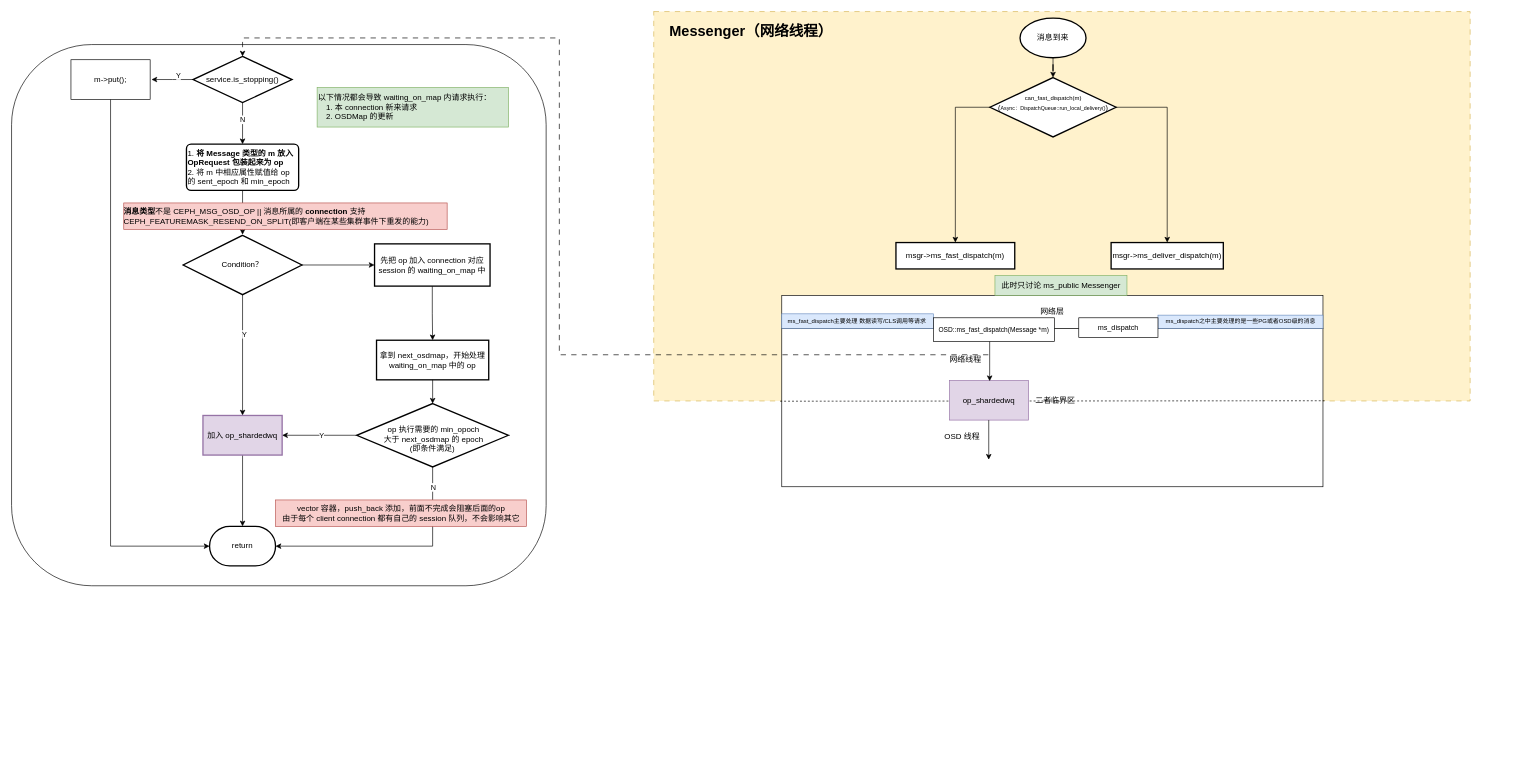
Earlier version of the draw.io diagram OSD.drawio (1253757553/drawIO). Source tidied: cells renumbered, new cells numbered last; positions are measured from the earlier drawing's top-left corner, leaving out a move shared by most shapes. Both pictures are drawn from the tidied source at 66%, with x=0, y=0 at pixel (11, 11).
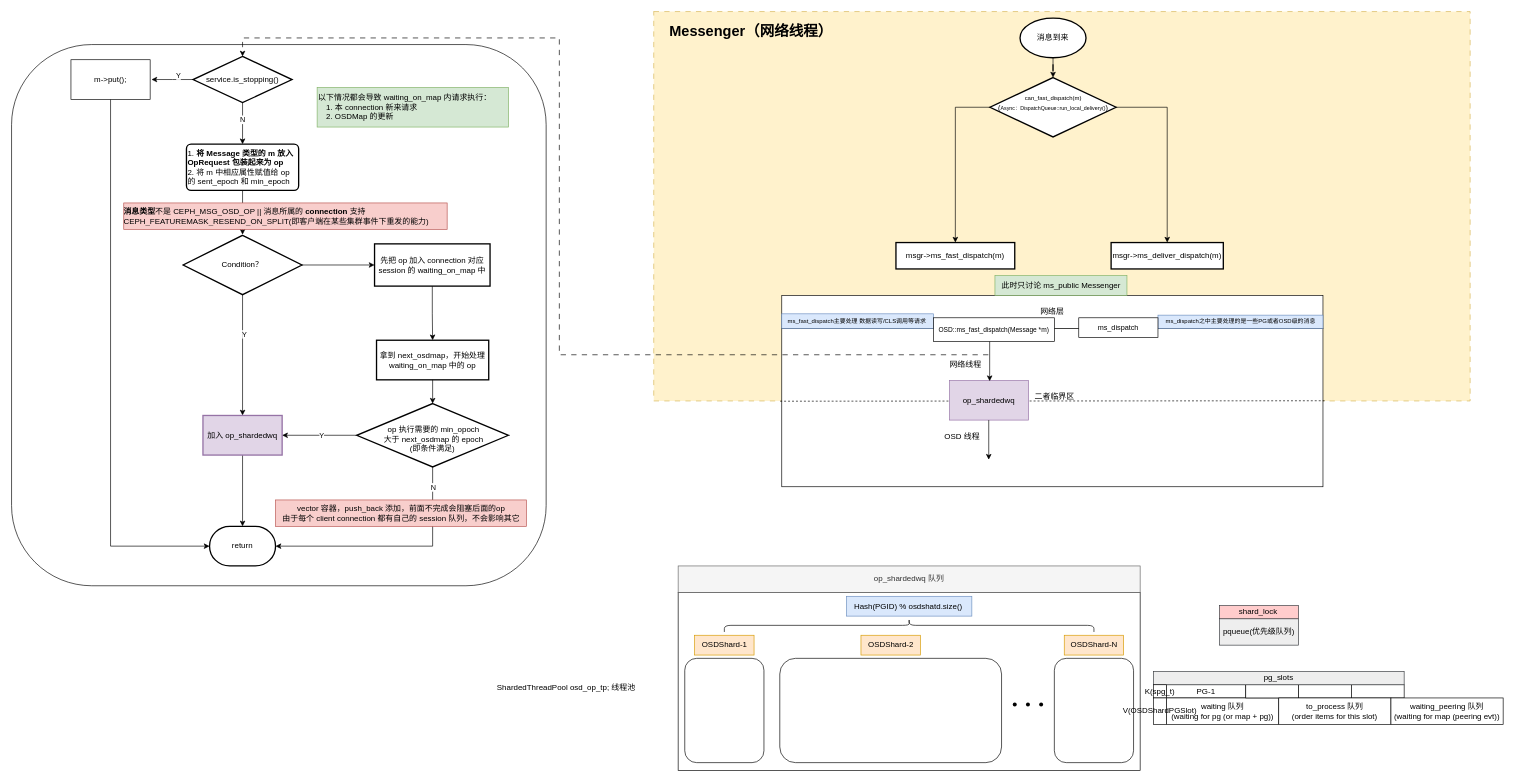
After the change.

Unchanged cells that the change refers to:
```xml
<mxCell id="5" style="group;fontSize=9;" parent="1" vertex="1">
  <mxGeometry x="1170" y="430" width="820" height="290" as="geometry" />
</mxCell>
```

Change to the diagram source:
```diff
@@
     <mxCell id="10" value="网络线程" style="text;html=1;align=center;verticalAlign=middle;strokeColor=none;fillColor=none;" parent="5" vertex="1">
-      <mxGeometry x="240" y="83" width="70" height="30" as="geometry" />
+      <mxGeometry x="240" y="90" width="70" height="30" as="geometry" />
     </mxCell>
@@
+    <mxCell id="18" value="二者临界区" style="text;html=1;align=center;verticalAlign=middle;strokeColor=none;fillColor=none;" parent="5" vertex="1">
+      <mxGeometry x="370" y="139" width="80" height="30" as="geometry" />
+    </mxCell>
@@
-    <mxCell id="18" value="二者临界区" style="text;html=1;align=center;verticalAlign=middle;strokeColor=none;fillColor=none;" parent="1" vertex="1">
-      <mxGeometry x="1541" y="574" width="80" height="30" as="geometry" />
-    </mxCell>
@@
+    <mxCell id="56" style="rounded=0;whiteSpace=wrap;html=1;" parent="1" vertex="1">
+      <mxGeometry x="1010" y="880" width="700" height="270" as="geometry" />
+    </mxCell>
+    <mxCell id="57" value="op_shardedwq 队列" style="rounded=0;whiteSpace=wrap;html=1;fillColor=#f5f5f5;fontColor=#333333;strokeColor=#666666;" parent="1" vertex="1">
+      <mxGeometry x="1010" y="840" width="700" height="40" as="geometry" />
+    </mxCell>
+    <mxCell id="58" style="rounded=1;whiteSpace=wrap;html=1;" parent="1" vertex="1">
+      <mxGeometry x="1020" y="980" width="120" height="158" as="geometry" />
+    </mxCell>
+    <mxCell id="59" style="rounded=1;whiteSpace=wrap;html=1;" parent="1" vertex="1">
+      <mxGeometry x="1164" y="980" width="336" height="158" as="geometry" />
+    </mxCell>
+    <mxCell id="60" style="rounded=1;whiteSpace=wrap;html=1;" parent="1" vertex="1">
+      <mxGeometry x="1580" y="980" width="120" height="158" as="geometry" />
+    </mxCell>
+    <mxCell id="61" style="shape=curlyBracket;whiteSpace=wrap;html=1;rounded=1;labelPosition=left;verticalLabelPosition=middle;align=right;verticalAlign=middle;direction=south;" parent="1" vertex="1">
+      <mxGeometry x="1080" y="920" width="560" height="20" as="geometry" />
+    </mxCell>
+    <mxCell id="62" value="Hash(PGID) % osdshatd.size()&amp;nbsp;" style="text;html=1;align=center;verticalAlign=middle;strokeColor=#6c8ebf;fillColor=#dae8fc;" parent="1" vertex="1">
+      <mxGeometry x="1265" y="886" width="190" height="30" as="geometry" />
+    </mxCell>
+    <mxCell id="63" value="OSDShard-1" style="text;html=1;align=center;verticalAlign=middle;strokeColor=#d79b00;fillColor=#ffe6cc;" parent="1" vertex="1">
+      <mxGeometry x="1035" y="945" width="90" height="30" as="geometry" />
+    </mxCell>
+    <mxCell id="64" value="OSDShard-2" style="text;html=1;align=center;verticalAlign=middle;strokeColor=#d79b00;fillColor=#ffe6cc;" parent="1" vertex="1">
+      <mxGeometry x="1287" y="945" width="90" height="30" as="geometry" />
+    </mxCell>
+    <mxCell id="65" value="OSDShard-N" style="text;html=1;align=center;verticalAlign=middle;strokeColor=#d79b00;fillColor=#ffe6cc;" parent="1" vertex="1">
+      <mxGeometry x="1595" y="945" width="90" height="30" as="geometry" />
+    </mxCell>
+    <mxCell id="66" style="shape=waypoint;sketch=0;fillStyle=solid;size=6;fillColor=none;perimeter=centerPerimeter;" parent="1" vertex="1">
+      <mxGeometry x="1510" y="1040" width="20" height="20" as="geometry" />
+    </mxCell>
+    <mxCell id="67" style="shape=waypoint;sketch=0;fillStyle=solid;size=6;fillColor=none;perimeter=centerPerimeter;" parent="1" vertex="1">
+      <mxGeometry x="1530" y="1040" width="20" height="20" as="geometry" />
+    </mxCell>
+    <mxCell id="68" style="shape=waypoint;sketch=0;fillStyle=solid;size=6;fillColor=none;perimeter=centerPerimeter;" parent="1" vertex="1">
+      <mxGeometry x="1550" y="1040" width="20" height="20" as="geometry" />
+    </mxCell>
+    <mxCell id="69" value="pqueue(优先级队列)" style="whiteSpace=wrap;html=1;fillColor=#eeeeee;strokeColor=#36393d;" parent="1" vertex="1">
+      <mxGeometry x="1830" y="920" width="120" height="40" as="geometry" />
+    </mxCell>
+    <mxCell id="70" value="shard_lock" style="text;html=1;align=center;verticalAlign=middle;strokeColor=#36393d;fillColor=#ffcccc;overflow=width;imageWidth=82;fixedWidth=0;" parent="1" vertex="1">
+      <mxGeometry x="1830" y="900" width="120" height="20" as="geometry" />
+    </mxCell>
+    <mxCell id="71" value="PG-1" style="rounded=0;whiteSpace=wrap;html=1;" parent="1" vertex="1">
+      <mxGeometry x="1750" y="1020" width="120" height="20" as="geometry" />
+    </mxCell>
+    <mxCell id="72" value="waiting 队列&lt;div&gt;(waiting for pg (or map + pg))&lt;/div&gt;" style="rounded=0;whiteSpace=wrap;html=1;" parent="1" vertex="1">
+      <mxGeometry x="1750" y="1040" width="170" height="40" as="geometry" />
+    </mxCell>
+    <mxCell id="73" style="rounded=0;whiteSpace=wrap;html=1;" parent="1" vertex="1">
+      <mxGeometry x="1870" y="1020" width="80" height="20" as="geometry" />
+    </mxCell>
+    <mxCell id="74" style="rounded=0;whiteSpace=wrap;html=1;" parent="1" vertex="1">
+      <mxGeometry x="1950" y="1020" width="80" height="20" as="geometry" />
+    </mxCell>
+    <mxCell id="75" style="rounded=0;whiteSpace=wrap;html=1;" parent="1" vertex="1">
+      <mxGeometry x="2030" y="1020" width="80" height="20" as="geometry" />
+    </mxCell>
+    <mxCell id="76" value="to_process 队列&lt;div&gt;(order items for this slot)&lt;/div&gt;" style="rounded=0;whiteSpace=wrap;html=1;" parent="1" vertex="1">
+      <mxGeometry x="1920" y="1040" width="170" height="40" as="geometry" />
+    </mxCell>
+    <mxCell id="77" value="waiting_peering 队列&lt;div&gt;(waiting for map (peering evt))&lt;/div&gt;" style="rounded=0;whiteSpace=wrap;html=1;" parent="1" vertex="1">
+      <mxGeometry x="2090" y="1040" width="170" height="40" as="geometry" />
+    </mxCell>
+    <mxCell id="78" value="pg_slots" style="rounded=0;whiteSpace=wrap;html=1;fillColor=#eeeeee;strokeColor=#36393d;" parent="1" vertex="1">
+      <mxGeometry x="1730" y="1000" width="380" height="20" as="geometry" />
+    </mxCell>
+    <mxCell id="79" value="K(spg_t)" style="rounded=0;whiteSpace=wrap;html=1;" parent="1" vertex="1">
+      <mxGeometry x="1730" y="1020" width="20" height="20" as="geometry" />
+    </mxCell>
+    <mxCell id="80" value="V(OSDShardPGSlot)" style="rounded=0;whiteSpace=wrap;html=1;" parent="1" vertex="1">
+      <mxGeometry x="1730" y="1040" width="20" height="40" as="geometry" />
+    </mxCell>
+    <mxCell id="81" value="ShardedThreadPool osd_op_tp; 线程池" style="text;html=1;align=center;verticalAlign=middle;strokeColor=none;fillColor=none;" parent="1" vertex="1">
+      <mxGeometry x="725" y="1010" width="230" height="30" as="geometry" />
+    </mxCell>
```
